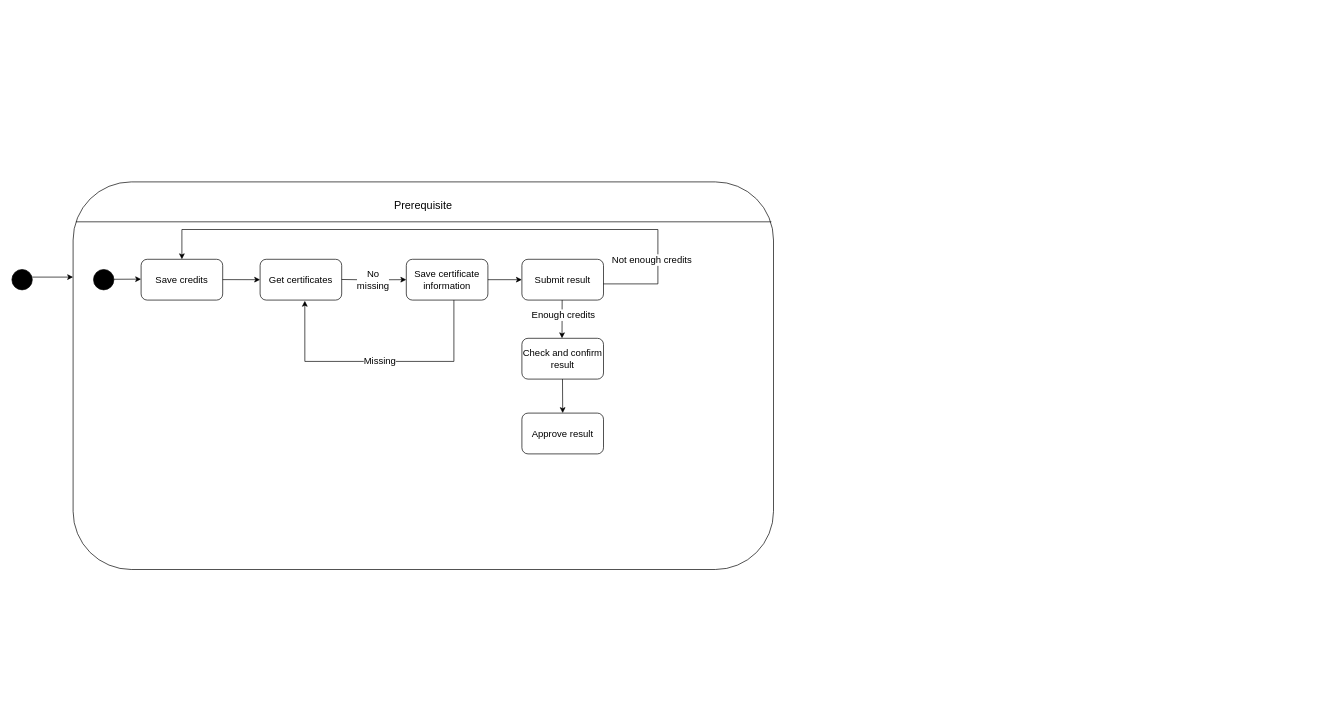
This is Lab 5/Topic 3_Graduation Application.drawio from JavaKhangNguyen/LabOOAD, a draw.io file, before an edit. Source tidied: cells renumbered, new cells numbered last; positions are measured from the earlier drawing's top-left corner, leaving out a move shared by most shapes. Both pictures are drawn from the tidied source at 68%, with x=0, y=0 at pixel (12, 182).
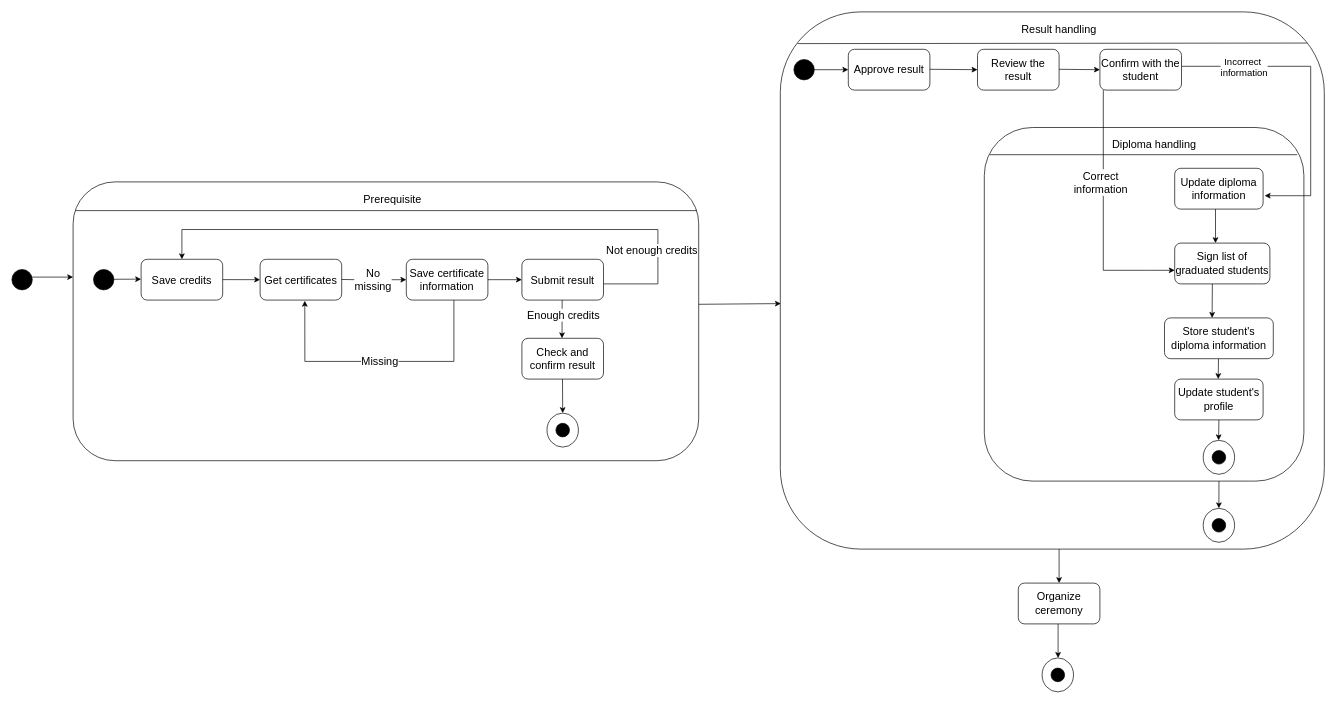
The same diagram, later.

Commit message:
Lab OOAD

Unchanged cells that the change refers to:
```xml
<mxCell id="12" style="endArrow=classic;html=1;rounded=0;fontSize=14;entryX=0;entryY=0.5;entryDx=0;entryDy=0;" parent="1" edge="1" target="11">
  <mxGeometry relative="1" as="geometry">
    <mxPoint x="485" y="143.5" as="sourcePoint" />
    <Array as="points">
      <mxPoint x="520" y="144" />
    </Array>
  </mxGeometry>
</mxCell>
<mxCell id="15" style="edgeStyle=segmentEdgeStyle;endArrow=classic;html=1;rounded=0;fontSize=14;entryX=0.548;entryY=1.018;entryDx=0;entryDy=0;entryPerimeter=0;" parent="1" edge="1" target="7">
  <mxGeometry relative="1" as="geometry">
    <mxPoint x="650" y="173.8" as="sourcePoint" />
    <Array as="points">
      <mxPoint x="650" y="264" />
      <mxPoint x="431" y="264" />
    </Array>
  </mxGeometry>
</mxCell>
<mxCell id="21" style="endArrow=classic;html=1;rounded=0;fontSize=14;" parent="1" edge="1">
  <mxGeometry relative="1" as="geometry">
    <mxPoint x="809.2" y="173.8" as="sourcePoint" />
    <mxPoint x="809" y="230" as="targetPoint" />
  </mxGeometry>
</mxCell>
<mxCell id="23" style="edgeStyle=segmentEdgeStyle;endArrow=classic;html=1;rounded=0;fontSize=14;entryX=0.5;entryY=0;entryDx=0;entryDy=0;" parent="1" edge="1" target="5">
  <mxGeometry relative="1" as="geometry">
    <mxPoint x="869.9" y="150" as="sourcePoint" />
    <Array as="points">
      <mxPoint x="950" y="150" />
      <mxPoint x="950" y="70" />
      <mxPoint x="250" y="70" />
    </Array>
  </mxGeometry>
</mxCell>
```

Change to the diagram source:
```diff
@@
     <mxCell id="3" style="rounded=1;whiteSpace=wrap;html=1;fillColor=none;" parent="1" vertex="1">
-      <mxGeometry x="90" width="1030" height="570" as="geometry" />
+      <mxGeometry x="90" width="920" height="410" as="geometry" />
     </mxCell>
     <mxCell id="4" value="&lt;font style=&quot;font-size: 16px&quot;&gt;Prerequisite&lt;/font&gt;" style="text;html=1;strokeColor=none;fillColor=none;align=center;verticalAlign=middle;whiteSpace=wrap;rounded=0;" parent="1" vertex="1">
-      <mxGeometry x="575" y="20" width="60" height="30" as="geometry" />
+      <mxGeometry x="530" y="10" width="60" height="30" as="geometry" />
     </mxCell>
-    <mxCell id="5" value="Save credits" style="rounded=1;whiteSpace=wrap;html=1;fontSize=14;fillColor=none;" parent="1" vertex="1">
+    <mxCell id="5" value="&lt;font style=&quot;font-size: 16px&quot;&gt;Save credits&lt;/font&gt;" style="rounded=1;whiteSpace=wrap;html=1;fontSize=14;fillColor=none;" parent="1" vertex="1">
       <mxGeometry x="190" y="113.8" width="120" height="60" as="geometry" />
     </mxCell>
@@
-    <mxCell id="7" value="Get certificates" style="rounded=1;whiteSpace=wrap;html=1;fontSize=14;fillColor=none;" parent="1" vertex="1">
+    <mxCell id="7" value="&lt;font style=&quot;font-size: 16px&quot;&gt;Get certificates&lt;/font&gt;" style="rounded=1;whiteSpace=wrap;html=1;fontSize=14;fillColor=none;" parent="1" vertex="1">
       <mxGeometry x="365" y="113.8" width="120" height="60" as="geometry" />
     </mxCell>
@@
-    <mxCell id="11" value="Save certificate information" style="rounded=1;whiteSpace=wrap;html=1;fontSize=14;fillColor=none;" parent="1" vertex="1">
+    <mxCell id="11" value="&lt;font style=&quot;font-size: 16px&quot;&gt;Save certificate information&lt;/font&gt;" style="rounded=1;whiteSpace=wrap;html=1;fontSize=14;fillColor=none;" parent="1" vertex="1">
       <mxGeometry x="580" y="113.8" width="120" height="60" as="geometry" />
     </mxCell>
@@
-    <mxCell id="13" value="No &lt;br&gt;missing" style="edgeLabel;html=1;align=center;verticalAlign=middle;fontSize=14;" parent="12" vertex="1">
+    <mxCell id="13" value="&lt;font style=&quot;font-size: 16px&quot;&gt;No &lt;br&gt;missing&lt;/font&gt;" style="edgeLabel;html=1;align=center;verticalAlign=middle;fontSize=14;" parent="12" vertex="1">
       <mxGeometry x="-0.03" relative="1" as="geometry" />
     </mxCell>
@@
-    <mxCell id="16" value="Missing" style="edgeLabel;html=1;align=center;verticalAlign=middle;fontSize=14;" parent="15" vertex="1">
+    <mxCell id="16" value="&lt;font style=&quot;font-size: 16px&quot;&gt;Missing&lt;/font&gt;" style="edgeLabel;html=1;align=center;verticalAlign=middle;fontSize=14;" parent="15" vertex="1">
       <mxGeometry x="-0.24" y="-1" relative="1" as="geometry">
         <mxPoint x="-49" as="offset" />
       </mxGeometry>
     </mxCell>
-    <mxCell id="17" value="Submit result" style="rounded=1;whiteSpace=wrap;html=1;fontSize=14;fillColor=none;" parent="1" vertex="1">
+    <mxCell id="17" value="&lt;font style=&quot;font-size: 16px&quot;&gt;Submit result&lt;/font&gt;" style="rounded=1;whiteSpace=wrap;html=1;fontSize=14;fillColor=none;" parent="1" vertex="1">
       <mxGeometry x="750" y="113.8" width="120" height="60" as="geometry" />
     </mxCell>
-    <mxCell id="18" value="Check and confirm result" style="rounded=1;whiteSpace=wrap;html=1;fontSize=14;fillColor=none;" parent="1" vertex="1">
+    <mxCell id="18" value="&lt;font style=&quot;font-size: 16px&quot;&gt;Check and confirm result&lt;/font&gt;" style="rounded=1;whiteSpace=wrap;html=1;fontSize=14;fillColor=none;" parent="1" vertex="1">
       <mxGeometry x="750" y="230" width="120" height="60" as="geometry" />
     </mxCell>
-    <mxCell id="19" value="Approve result" style="rounded=1;whiteSpace=wrap;html=1;fontSize=14;fillColor=none;" parent="1" vertex="1">
-      <mxGeometry x="750" y="340" width="120" height="60" as="geometry" />
-    </mxCell>
@@
-    <mxCell id="22" value="Enough credits" style="edgeLabel;html=1;align=center;verticalAlign=middle;fontSize=14;" parent="21" vertex="1">
+    <mxCell id="22" value="&lt;font style=&quot;font-size: 16px&quot;&gt;Enough credits&lt;/font&gt;" style="edgeLabel;html=1;align=center;verticalAlign=middle;fontSize=14;" parent="21" vertex="1">
       <mxGeometry x="-0.21" y="1" relative="1" as="geometry" />
     </mxCell>
@@
-    <mxCell id="24" value="Not enough credits" style="edgeLabel;html=1;align=center;verticalAlign=middle;fontSize=14;" parent="23" vertex="1">
+    <mxCell id="24" value="&lt;font style=&quot;font-size: 16px&quot;&gt;Not enough credits&lt;/font&gt;" style="edgeLabel;html=1;align=center;verticalAlign=middle;fontSize=14;" parent="23" vertex="1">
       <mxGeometry x="-0.87" y="1" relative="1" as="geometry">
-        <mxPoint x="12" y="-35" as="offset" />
+        <mxPoint x="12" y="-49" as="offset" />
       </mxGeometry>
     </mxCell>
@@
+    <mxCell id="26" style="verticalLabelPosition=bottom;verticalAlign=top;html=1;shape=mxgraph.flowchart.on-page_reference;fontColor=none;labelBackgroundColor=#1A1A1A;noLabel=1;fillColor=none;" parent="1" vertex="1">
+      <mxGeometry x="786.9" y="340" width="46.2" height="50" as="geometry" />
+    </mxCell>
+    <mxCell id="27" style="verticalLabelPosition=bottom;verticalAlign=top;html=1;shape=mxgraph.flowchart.on-page_reference;fontColor=none;labelBackgroundColor=#1A1A1A;noLabel=1;fillColor=#000000;" parent="1" vertex="1">
+      <mxGeometry x="800" y="355" width="20" height="20" as="geometry" />
+    </mxCell>
+    <mxCell id="28" style="endArrow=classic;html=1;rounded=0;entryX=0.001;entryY=0.543;entryDx=0;entryDy=0;entryPerimeter=0;" parent="1" edge="1" target="29">
+      <mxGeometry relative="1" as="geometry">
+        <mxPoint x="1010" y="180" as="sourcePoint" />
+      </mxGeometry>
+    </mxCell>
+    <mxCell id="29" style="rounded=1;whiteSpace=wrap;html=1;fillColor=none;" parent="1" vertex="1">
+      <mxGeometry x="1130" y="-250" width="800" height="790" as="geometry" />
+    </mxCell>
+    <mxCell id="30" value="&lt;font style=&quot;font-size: 16px&quot;&gt;Result handling&lt;/font&gt;" style="text;html=1;strokeColor=none;fillColor=none;align=center;verticalAlign=middle;whiteSpace=wrap;rounded=0;" parent="1" vertex="1">
+      <mxGeometry x="1450" y="-240" width="180" height="30" as="geometry" />
+    </mxCell>
+    <mxCell id="31" style="ellipse;whiteSpace=wrap;html=1;fillColor=#000000;" parent="1" vertex="1">
+      <mxGeometry x="1150" y="-180" width="30" height="30" as="geometry" />
+    </mxCell>
+    <mxCell id="19" value="&lt;font style=&quot;font-size: 16px&quot;&gt;Approve result&lt;/font&gt;" style="rounded=1;whiteSpace=wrap;html=1;fontSize=14;fillColor=none;" parent="1" vertex="1">
+      <mxGeometry x="1230" y="-195" width="120" height="60" as="geometry" />
+    </mxCell>
+    <mxCell id="32" value="&lt;font style=&quot;font-size: 16px&quot;&gt;Review the result&lt;/font&gt;" style="rounded=1;whiteSpace=wrap;html=1;fontSize=14;fillColor=none;" parent="1" vertex="1">
+      <mxGeometry x="1420" y="-195" width="120" height="60" as="geometry" />
+    </mxCell>
+    <mxCell id="33" value="&lt;font style=&quot;font-size: 16px&quot;&gt;Confirm with the student&lt;/font&gt;" style="rounded=1;whiteSpace=wrap;html=1;fontSize=14;fillColor=none;" parent="1" vertex="1">
+      <mxGeometry x="1600" y="-195" width="120" height="60" as="geometry" />
+    </mxCell>
+    <mxCell id="34" style="endArrow=classic;html=1;rounded=0;fontSize=14;entryX=0;entryY=0.5;entryDx=0;entryDy=0;exitX=1;exitY=0.5;exitDx=0;exitDy=0;" parent="1" edge="1" source="31" target="19">
+      <mxGeometry relative="1" as="geometry" />
+    </mxCell>
+    <mxCell id="35" style="endArrow=classic;html=1;rounded=0;fontSize=14;entryX=0;entryY=0.5;entryDx=0;entryDy=0;exitX=1;exitY=0.5;exitDx=0;exitDy=0;" parent="1" edge="1" target="32">
+      <mxGeometry relative="1" as="geometry">
+        <mxPoint x="1350" y="-165.6" as="sourcePoint" />
+      </mxGeometry>
+    </mxCell>
+    <mxCell id="36" style="endArrow=classic;html=1;rounded=0;fontSize=14;entryX=0;entryY=0.5;entryDx=0;entryDy=0;exitX=1;exitY=0.5;exitDx=0;exitDy=0;" parent="1" edge="1" target="33">
+      <mxGeometry relative="1" as="geometry">
+        <mxPoint x="1540" y="-165.6" as="sourcePoint" />
+      </mxGeometry>
+    </mxCell>
+    <mxCell id="37" style="rounded=1;whiteSpace=wrap;html=1;fontSize=14;fillColor=none;" parent="1" vertex="1">
+      <mxGeometry x="1430" y="-80" width="470" height="520" as="geometry" />
+    </mxCell>
+    <mxCell id="38" value="&lt;font style=&quot;font-size: 16px&quot;&gt;Diploma handling&lt;/font&gt;" style="text;html=1;strokeColor=none;fillColor=none;align=center;verticalAlign=middle;whiteSpace=wrap;rounded=0;" parent="1" vertex="1">
+      <mxGeometry x="1590" y="-70" width="180" height="30" as="geometry" />
+    </mxCell>
+    <mxCell id="39" value="&lt;font style=&quot;font-size: 16px&quot;&gt;Update diploma information&lt;/font&gt;" style="rounded=1;whiteSpace=wrap;html=1;fontSize=14;fillColor=none;" parent="1" vertex="1">
+      <mxGeometry x="1710" y="-20" width="130" height="60" as="geometry" />
+    </mxCell>
+    <mxCell id="40" value="&lt;font style=&quot;font-size: 16px&quot;&gt;Sign list of graduated students&lt;/font&gt;" style="rounded=1;whiteSpace=wrap;html=1;fontSize=14;fillColor=none;" parent="1" vertex="1">
+      <mxGeometry x="1710" y="90" width="140" height="60" as="geometry" />
+    </mxCell>
+    <mxCell id="41" style="endArrow=classic;html=1;rounded=0;fontSize=14;" parent="1" edge="1">
+      <mxGeometry relative="1" as="geometry">
+        <mxPoint x="1770" y="40" as="sourcePoint" />
+        <mxPoint x="1770" y="90" as="targetPoint" />
+      </mxGeometry>
+    </mxCell>
+    <mxCell id="42" style="edgeStyle=segmentEdgeStyle;endArrow=classic;html=1;rounded=0;fontSize=14;entryX=1.018;entryY=0.672;entryDx=0;entryDy=0;entryPerimeter=0;" parent="1" edge="1" target="39">
+      <mxGeometry relative="1" as="geometry">
+        <mxPoint x="1720" y="-170" as="sourcePoint" />
+        <Array as="points">
+          <mxPoint x="1910" y="-170" />
+          <mxPoint x="1910" y="20" />
+        </Array>
+      </mxGeometry>
+    </mxCell>
+    <mxCell id="43" value="Incorrect&amp;nbsp;&lt;br&gt;information" style="edgeLabel;html=1;align=center;verticalAlign=middle;fontSize=14;" parent="42" vertex="1">
+      <mxGeometry x="-0.22" relative="1" as="geometry">
+        <mxPoint x="-84" as="offset" />
+      </mxGeometry>
+    </mxCell>
+    <mxCell id="44" style="edgeStyle=segmentEdgeStyle;endArrow=classic;html=1;rounded=0;fontSize=14;" parent="1" edge="1">
+      <mxGeometry relative="1" as="geometry">
+        <mxPoint x="1605" y="-135" as="sourcePoint" />
+        <mxPoint x="1710" y="130" as="targetPoint" />
+        <Array as="points">
+          <mxPoint x="1605" y="130" />
+          <mxPoint x="1675" y="130" />
+        </Array>
+      </mxGeometry>
+    </mxCell>
+    <mxCell id="45" value="&lt;font style=&quot;font-size: 16px&quot;&gt;Correct&lt;br&gt;information&lt;/font&gt;" style="edgeLabel;html=1;align=center;verticalAlign=middle;fontSize=14;" parent="44" vertex="1">
+      <mxGeometry x="-0.85" y="2" relative="1" as="geometry">
+        <mxPoint x="-7" y="107" as="offset" />
+      </mxGeometry>
+    </mxCell>
+    <mxCell id="46" value="&lt;font style=&quot;font-size: 16px&quot;&gt;Store student's diploma information&lt;/font&gt;" style="rounded=1;whiteSpace=wrap;html=1;fontSize=14;fillColor=none;" parent="1" vertex="1">
+      <mxGeometry x="1695" y="200" width="160" height="60" as="geometry" />
+    </mxCell>
+    <mxCell id="47" style="verticalLabelPosition=bottom;verticalAlign=top;html=1;shape=mxgraph.flowchart.on-page_reference;fontColor=none;labelBackgroundColor=#1A1A1A;noLabel=1;fillColor=none;" parent="1" vertex="1">
+      <mxGeometry x="1751.9" y="480" width="46.2" height="50" as="geometry" />
+    </mxCell>
+    <mxCell id="48" style="verticalLabelPosition=bottom;verticalAlign=top;html=1;shape=mxgraph.flowchart.on-page_reference;fontColor=none;labelBackgroundColor=#1A1A1A;noLabel=1;fillColor=#000000;" parent="1" vertex="1">
+      <mxGeometry x="1765" y="495" width="20" height="20" as="geometry" />
+    </mxCell>
+    <mxCell id="49" style="verticalLabelPosition=bottom;verticalAlign=top;html=1;shape=mxgraph.flowchart.on-page_reference;fontColor=none;labelBackgroundColor=#1A1A1A;noLabel=1;fillColor=none;" parent="1" vertex="1">
+      <mxGeometry x="1751.9" y="380" width="46.2" height="50" as="geometry" />
+    </mxCell>
+    <mxCell id="50" style="verticalLabelPosition=bottom;verticalAlign=top;html=1;shape=mxgraph.flowchart.on-page_reference;fontColor=none;labelBackgroundColor=#1A1A1A;noLabel=1;fillColor=#000000;" parent="1" vertex="1">
+      <mxGeometry x="1765" y="395" width="20" height="20" as="geometry" />
+    </mxCell>
+    <mxCell id="51" style="endArrow=classic;html=1;rounded=0;fontSize=14;" parent="1" edge="1">
+      <mxGeometry relative="1" as="geometry">
+        <mxPoint x="1774.4" y="260" as="sourcePoint" />
+        <mxPoint x="1774" y="290" as="targetPoint" />
+      </mxGeometry>
+    </mxCell>
+    <mxCell id="52" style="endArrow=classic;html=1;rounded=0;fontSize=14;" parent="1" edge="1">
+      <mxGeometry relative="1" as="geometry">
+        <mxPoint x="1765.4" y="150" as="sourcePoint" />
+        <mxPoint x="1765" y="200" as="targetPoint" />
+      </mxGeometry>
+    </mxCell>
+    <mxCell id="53" style="endArrow=classic;html=1;rounded=0;fontSize=14;" parent="1" edge="1">
+      <mxGeometry relative="1" as="geometry">
+        <mxPoint x="1775" y="350" as="sourcePoint" />
+        <mxPoint x="1774.6" y="380" as="targetPoint" />
+      </mxGeometry>
+    </mxCell>
+    <mxCell id="54" style="endArrow=none;html=1;rounded=0;fontSize=14;exitX=0.032;exitY=0.059;exitDx=0;exitDy=0;exitPerimeter=0;entryX=0.968;entryY=0.058;entryDx=0;entryDy=0;entryPerimeter=0;" parent="1" edge="1" source="29" target="29">
+      <mxGeometry relative="1" as="geometry" />
+    </mxCell>
+    <mxCell id="55" style="endArrow=classic;html=1;rounded=0;fontSize=14;" parent="1" edge="1">
+      <mxGeometry relative="1" as="geometry">
+        <mxPoint x="1540" y="540" as="sourcePoint" />
+        <mxPoint x="1540" y="590" as="targetPoint" />
+        <Array as="points">
+          <mxPoint x="1540" y="550" />
+        </Array>
+      </mxGeometry>
+    </mxCell>
+    <mxCell id="56" value="&lt;font style=&quot;font-size: 16px&quot;&gt;Organize ceremony&lt;/font&gt;" style="rounded=1;whiteSpace=wrap;html=1;fontSize=14;fillColor=none;" parent="1" vertex="1">
+      <mxGeometry x="1480" y="590" width="120" height="60" as="geometry" />
+    </mxCell>
+    <mxCell id="57" value="&lt;font style=&quot;font-size: 16px&quot;&gt;Update student's profile&lt;/font&gt;" style="rounded=1;whiteSpace=wrap;html=1;fontSize=14;fillColor=none;" parent="1" vertex="1">
+      <mxGeometry x="1710" y="290" width="130" height="60" as="geometry" />
+    </mxCell>
+    <mxCell id="58" style="endArrow=classic;html=1;rounded=0;fontSize=14;entryX=0.5;entryY=0;entryDx=0;entryDy=0;entryPerimeter=0;" parent="1" edge="1" target="47">
+      <mxGeometry relative="1" as="geometry">
+        <mxPoint x="1775.1" y="440" as="sourcePoint" />
+      </mxGeometry>
+    </mxCell>
+    <mxCell id="59" style="endArrow=classic;html=1;rounded=0;fontSize=14;" parent="1" edge="1">
+      <mxGeometry relative="1" as="geometry">
+        <mxPoint x="1538.5" y="650" as="sourcePoint" />
+        <mxPoint x="1538.5" y="700" as="targetPoint" />
+        <Array as="points">
+          <mxPoint x="1538.5" y="660" />
+        </Array>
+      </mxGeometry>
+    </mxCell>
+    <mxCell id="60" style="verticalLabelPosition=bottom;verticalAlign=top;html=1;shape=mxgraph.flowchart.on-page_reference;fontColor=none;labelBackgroundColor=#1A1A1A;noLabel=1;fillColor=none;" parent="1" vertex="1">
+      <mxGeometry x="1515" y="700" width="46.2" height="50" as="geometry" />
+    </mxCell>
+    <mxCell id="61" style="verticalLabelPosition=bottom;verticalAlign=top;html=1;shape=mxgraph.flowchart.on-page_reference;fontColor=none;labelBackgroundColor=#1A1A1A;noLabel=1;fillColor=#000000;" parent="1" vertex="1">
+      <mxGeometry x="1528.1" y="715" width="20" height="20" as="geometry" />
+    </mxCell>
+    <mxCell id="62" style="endArrow=none;html=1;rounded=0;fontSize=16;" parent="1" edge="1">
+      <mxGeometry relative="1" as="geometry">
+        <mxPoint x="1438.1" y="-40" as="sourcePoint" />
+        <mxPoint x="1890" y="-40" as="targetPoint" />
+      </mxGeometry>
+    </mxCell>
```
